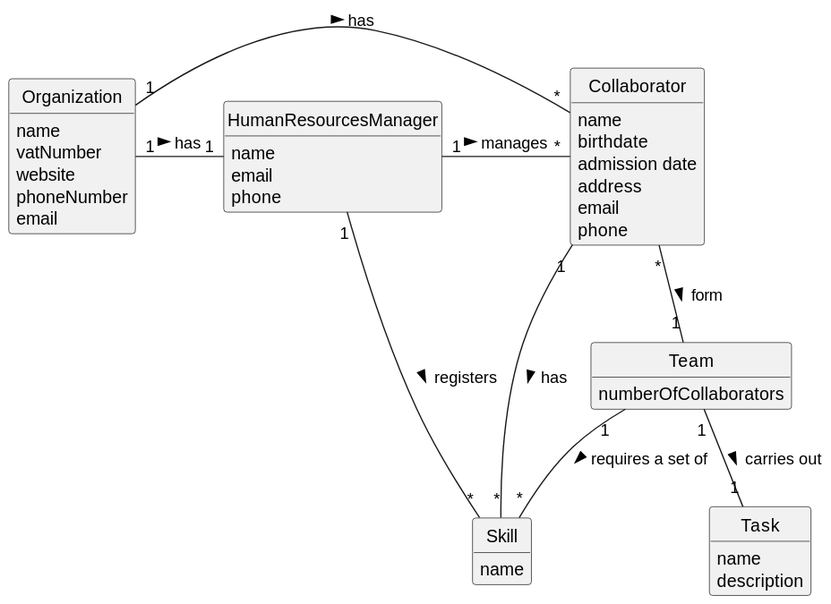
The PlantUML diagram docs/sprintC/us005/02.analysis/svg/us005-domain-model.svg in Departamento-de-Engenharia-Informatica/lei-24-s2-1dkl-g134, before a commit.
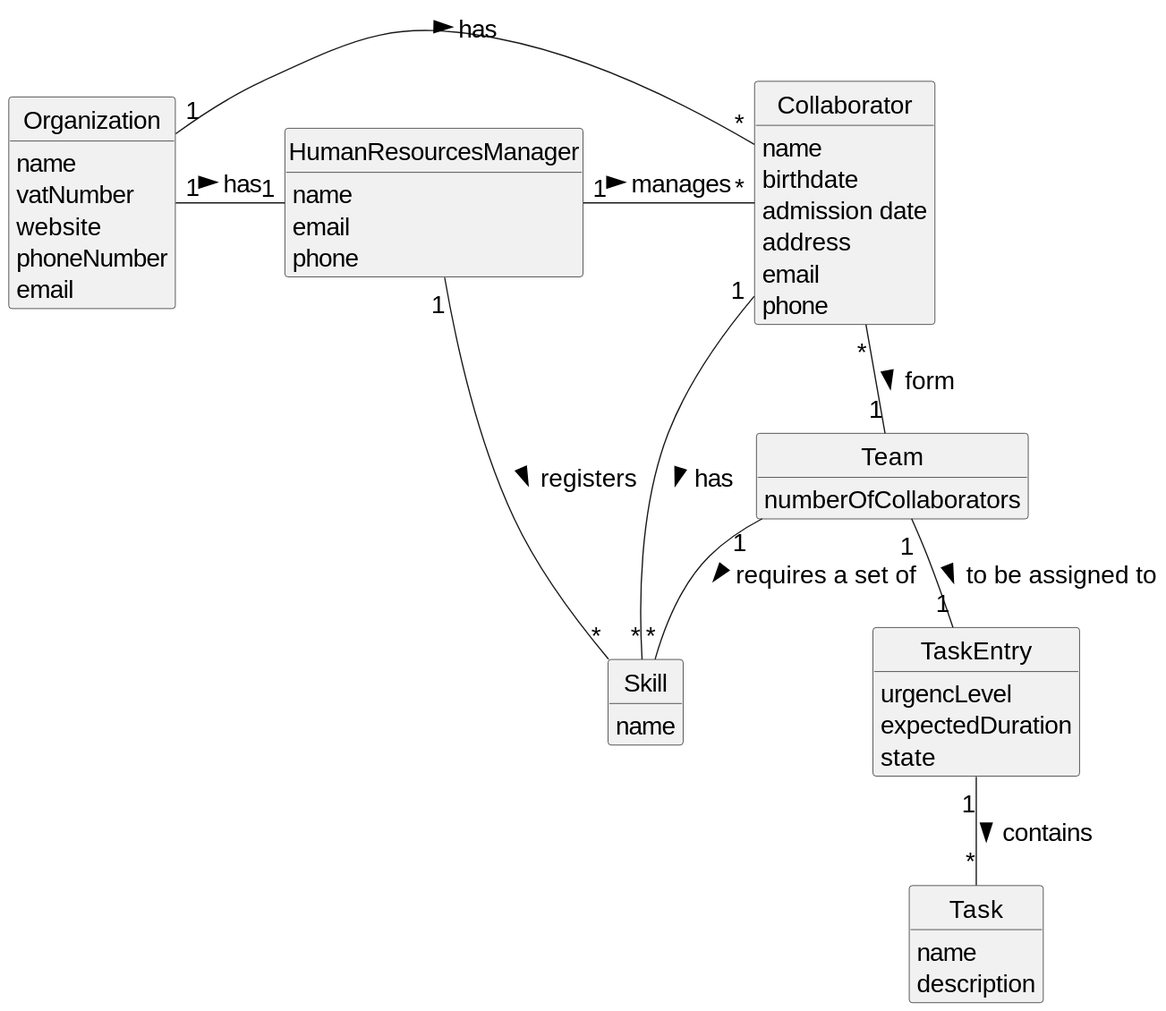
Later version of the same file.

Commit message:
US005 Domain Model update

The edit, as a diff of the source:
```diff
@@ -1,4 +1,5 @@
 @startuml
+skinparamlocked defaultFontSize 20
 skinparam monochrome true
 skinparam packageStyle rectangle
 skinparam shadowing false
@@ -44,12 +45,19 @@
     description
 }
 
+class TaskEntry {
+    urgencLevel
+    expectedDuration
+    state
+}
+
 Organization "1" - "1" HumanResourcesManager : has >
 Collaborator "*" - "1" Organization : has <
 HumanResourcesManager "1" - "*" Collaborator : manages >
 HumanResourcesManager "1" -- "*" Skill : registers >
 Collaborator "1" -- "*" Skill : has >
-Team "1" -- "1" Task : carries out >
+Team "1" -- "1" TaskEntry : to be assigned to >
 Team "1" -- "*" Skill : requires a set of >
 Collaborator "*" -- "1" Team : form >
+TaskEntry "1" -- "*" Task : contains >
 @enduml
```
